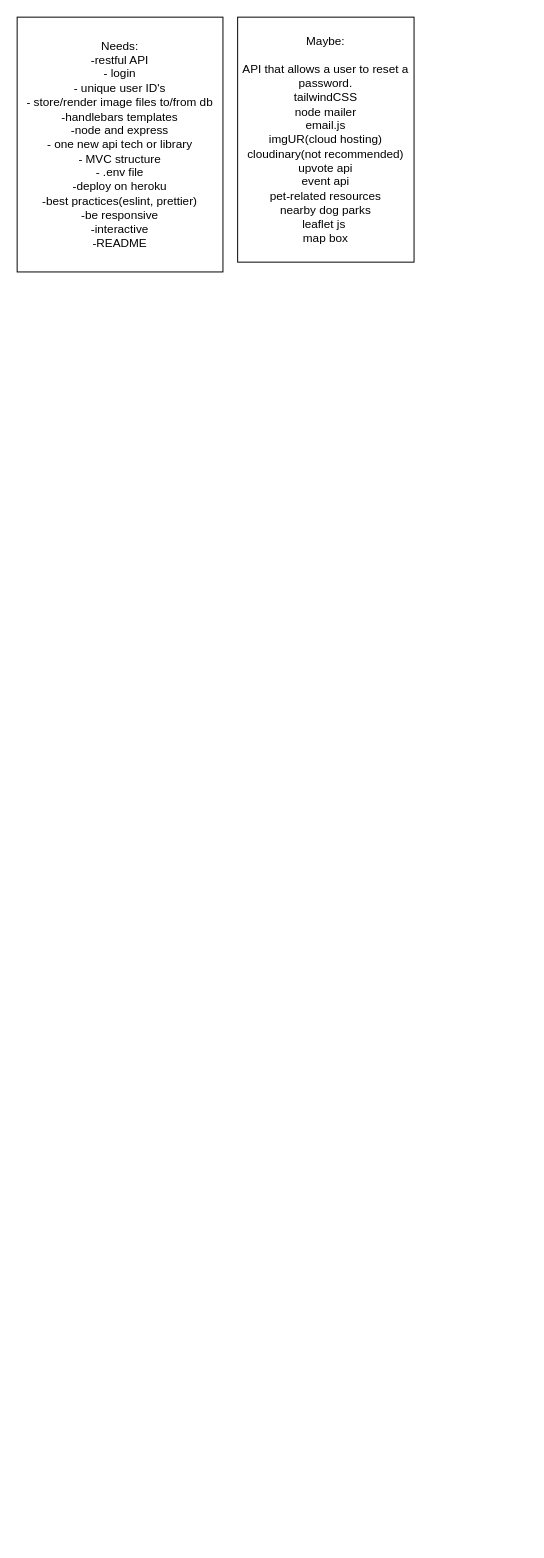
Before: page "Page-1" (1 of 4) of .dio in eljayman/pet-feed, a draw.io diagram. Source tidied: cells renumbered, new cells numbered last; positions are measured from the earlier drawing's top-left corner, leaving out a move shared by most shapes. Both pictures are drawn from the tidied source at 98%, with x=0, y=0 at pixel (17, 17).
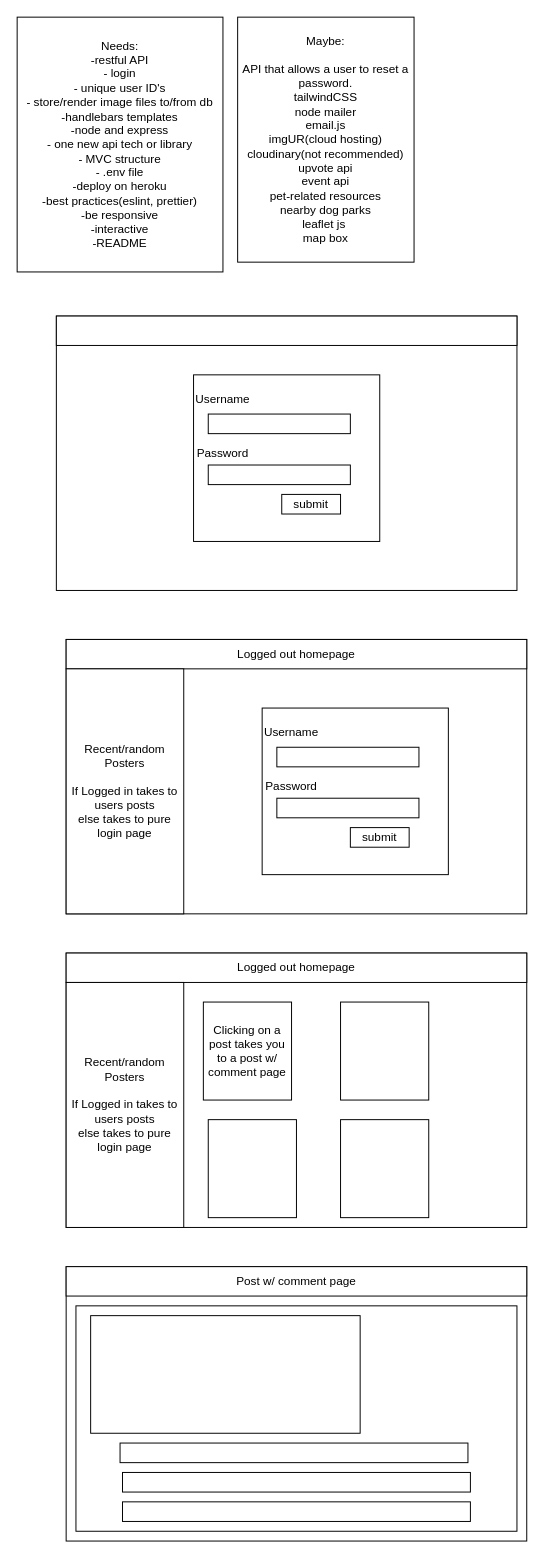
The same diagram, later.

Commit message:
added more to the wireframe for the front end

What changed in the source:
```diff
@@
+    <mxCell id="4" style="rounded=0;whiteSpace=wrap;html=1;" parent="1" vertex="1">
+      <mxGeometry x="50" y="1275" width="470" height="280" as="geometry" />
+    </mxCell>
@@
+    <mxCell id="5" style="rounded=0;whiteSpace=wrap;html=1;" parent="1" vertex="1">
+      <mxGeometry x="40" y="305" width="470" height="280" as="geometry" />
+    </mxCell>
+    <mxCell id="6" style="rounded=0;whiteSpace=wrap;html=1;" parent="1" vertex="1">
+      <mxGeometry x="40" y="305" width="470" height="30" as="geometry" />
+    </mxCell>
+    <mxCell id="7" style="rounded=0;whiteSpace=wrap;html=1;" parent="1" vertex="1">
+      <mxGeometry x="180" y="365" width="190" height="170" as="geometry" />
+    </mxCell>
+    <mxCell id="8" style="rounded=0;whiteSpace=wrap;html=1;" parent="1" vertex="1">
+      <mxGeometry x="195" y="405" width="145" height="20" as="geometry" />
+    </mxCell>
+    <mxCell id="9" style="rounded=0;whiteSpace=wrap;html=1;" parent="1" vertex="1">
+      <mxGeometry x="195" y="457" width="145" height="20" as="geometry" />
+    </mxCell>
+    <mxCell id="10" value="submit" style="rounded=0;whiteSpace=wrap;html=1;" parent="1" vertex="1">
+      <mxGeometry x="270" y="487" width="60" height="20" as="geometry" />
+    </mxCell>
+    <mxCell id="11" value="Username" style="text;html=1;strokeColor=none;fillColor=none;align=center;verticalAlign=middle;whiteSpace=wrap;rounded=0;" parent="1" vertex="1">
+      <mxGeometry x="180" y="375" width="60" height="30" as="geometry" />
+    </mxCell>
+    <mxCell id="12" value="Password" style="text;html=1;strokeColor=none;fillColor=none;align=center;verticalAlign=middle;whiteSpace=wrap;rounded=0;" parent="1" vertex="1">
+      <mxGeometry x="180" y="430" width="60" height="30" as="geometry" />
+    </mxCell>
+    <mxCell id="13" style="rounded=0;whiteSpace=wrap;html=1;" parent="1" vertex="1">
+      <mxGeometry x="50" y="635" width="470" height="280" as="geometry" />
+    </mxCell>
+    <mxCell id="14" value="Logged out homepage" style="rounded=0;whiteSpace=wrap;html=1;" parent="1" vertex="1">
+      <mxGeometry x="50" y="635" width="470" height="30" as="geometry" />
+    </mxCell>
+    <mxCell id="15" value="Recent/random Posters&lt;br&gt;&lt;br&gt;If Logged in takes to users posts&lt;br&gt;else takes to pure login page" style="rounded=0;whiteSpace=wrap;html=1;" parent="1" vertex="1">
+      <mxGeometry x="50" y="665" width="120" height="250" as="geometry" />
+    </mxCell>
+    <mxCell id="16" style="rounded=0;whiteSpace=wrap;html=1;" parent="1" vertex="1">
+      <mxGeometry x="250" y="705" width="190" height="170" as="geometry" />
+    </mxCell>
+    <mxCell id="17" style="rounded=0;whiteSpace=wrap;html=1;" parent="1" vertex="1">
+      <mxGeometry x="265" y="745" width="145" height="20" as="geometry" />
+    </mxCell>
+    <mxCell id="18" style="rounded=0;whiteSpace=wrap;html=1;" parent="1" vertex="1">
+      <mxGeometry x="265" y="797" width="145" height="20" as="geometry" />
+    </mxCell>
+    <mxCell id="19" value="submit" style="rounded=0;whiteSpace=wrap;html=1;" parent="1" vertex="1">
+      <mxGeometry x="340" y="827" width="60" height="20" as="geometry" />
+    </mxCell>
+    <mxCell id="20" value="Username" style="text;html=1;strokeColor=none;fillColor=none;align=center;verticalAlign=middle;whiteSpace=wrap;rounded=0;" parent="1" vertex="1">
+      <mxGeometry x="250" y="715" width="60" height="30" as="geometry" />
+    </mxCell>
+    <mxCell id="21" value="Password" style="text;html=1;strokeColor=none;fillColor=none;align=center;verticalAlign=middle;whiteSpace=wrap;rounded=0;" parent="1" vertex="1">
+      <mxGeometry x="250" y="770" width="60" height="30" as="geometry" />
+    </mxCell>
+    <mxCell id="22" style="rounded=0;whiteSpace=wrap;html=1;" parent="1" vertex="1">
+      <mxGeometry x="50" y="955" width="470" height="280" as="geometry" />
+    </mxCell>
+    <mxCell id="23" value="Logged out homepage" style="rounded=0;whiteSpace=wrap;html=1;" parent="1" vertex="1">
+      <mxGeometry x="50" y="955" width="470" height="30" as="geometry" />
+    </mxCell>
+    <mxCell id="24" value="Recent/random Posters&lt;br&gt;&lt;br&gt;If Logged in takes to users posts&lt;br&gt;else takes to pure login page" style="rounded=0;whiteSpace=wrap;html=1;" parent="1" vertex="1">
+      <mxGeometry x="50" y="985" width="120" height="250" as="geometry" />
+    </mxCell>
+    <mxCell id="25" value="Clicking on a post takes you to a post w/ comment page" style="rounded=0;whiteSpace=wrap;html=1;" parent="1" vertex="1">
+      <mxGeometry x="190" y="1005" width="90" height="100" as="geometry" />
+    </mxCell>
+    <mxCell id="26" style="rounded=0;whiteSpace=wrap;html=1;" parent="1" vertex="1">
+      <mxGeometry x="330" y="1005" width="90" height="100" as="geometry" />
+    </mxCell>
+    <mxCell id="27" style="rounded=0;whiteSpace=wrap;html=1;" parent="1" vertex="1">
+      <mxGeometry x="195" y="1125" width="90" height="100" as="geometry" />
+    </mxCell>
+    <mxCell id="28" style="rounded=0;whiteSpace=wrap;html=1;" parent="1" vertex="1">
+      <mxGeometry x="330" y="1125" width="90" height="100" as="geometry" />
+    </mxCell>
+    <mxCell id="29" value="Post w/ comment page" style="rounded=0;whiteSpace=wrap;html=1;" parent="1" vertex="1">
+      <mxGeometry x="50" y="1275" width="470" height="30" as="geometry" />
+    </mxCell>
+    <mxCell id="30" style="rounded=0;whiteSpace=wrap;html=1;" parent="1" vertex="1">
+      <mxGeometry x="60" y="1315" width="450" height="230" as="geometry" />
+    </mxCell>
+    <mxCell id="31" style="rounded=0;whiteSpace=wrap;html=1;" parent="1" vertex="1">
+      <mxGeometry x="75" y="1325" width="275" height="120" as="geometry" />
+    </mxCell>
+    <mxCell id="32" style="rounded=0;whiteSpace=wrap;html=1;" parent="1" vertex="1">
+      <mxGeometry x="105" y="1455" width="355" height="20" as="geometry" />
+    </mxCell>
+    <mxCell id="33" style="rounded=0;whiteSpace=wrap;html=1;" parent="1" vertex="1">
+      <mxGeometry x="107.5" y="1485" width="355" height="20" as="geometry" />
+    </mxCell>
+    <mxCell id="34" style="rounded=0;whiteSpace=wrap;html=1;" parent="1" vertex="1">
+      <mxGeometry x="107.5" y="1515" width="355" height="20" as="geometry" />
+    </mxCell>
```
